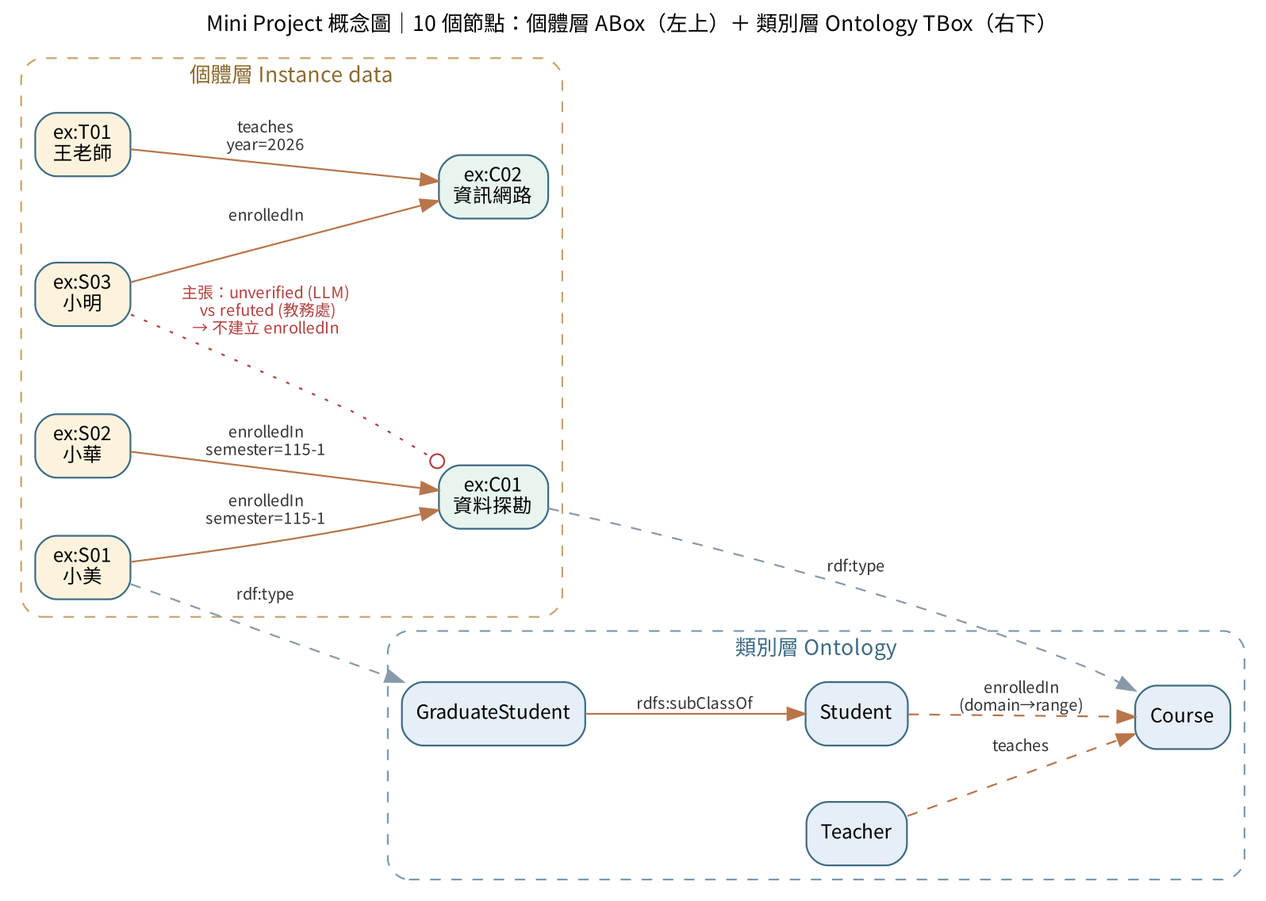
The Graphviz diagram out/concept_map.png in Lydia-HML/kg-mini-project, before a commit. Its source is kept beside it as concept_map.dot.
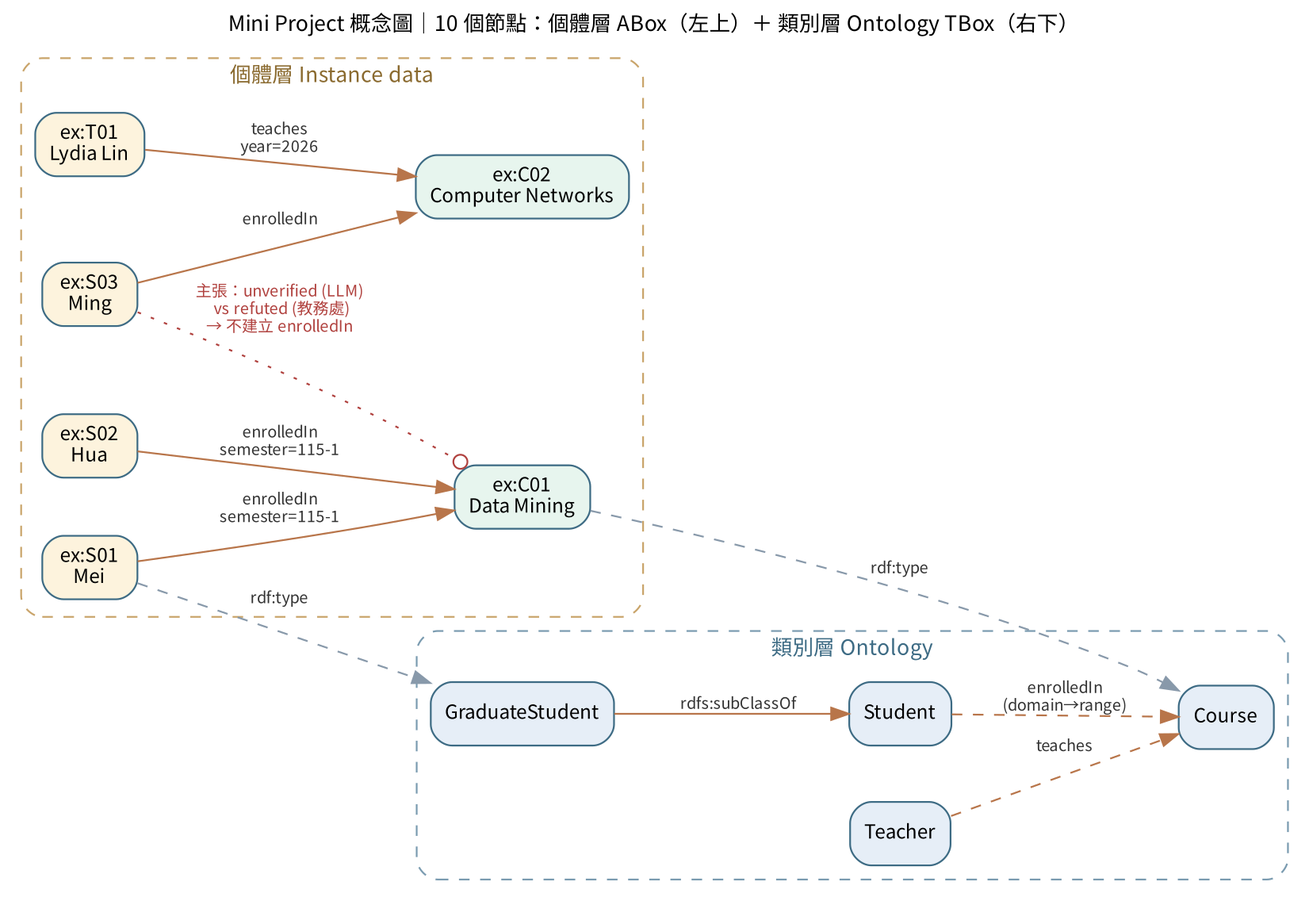
The same file after the commit.

What changed in the source:
```diff
@@ -17,12 +17,12 @@
 
   subgraph cluster_abox {
     label="個體層 Instance data"; style="rounded,dashed"; color="#c9a46a"; fontcolor="#8a6a2f";
-    S01 [label="ex:S01\n小美", fillcolor="#fdf3dd"];
-    S02 [label="ex:S02\n小華", fillcolor="#fdf3dd"];
-    S03 [label="ex:S03\n小明", fillcolor="#fdf3dd"];
-    C01 [label="ex:C01\n資料探勘", fillcolor="#e7f5ee"];
-    C02 [label="ex:C02\n資訊網路", fillcolor="#e7f5ee"];
-    T01 [label="ex:T01\n王老師", fillcolor="#fdf3dd"];
+    S01 [label="ex:S01\nMei", fillcolor="#fdf3dd"];
+    S02 [label="ex:S02\nHua", fillcolor="#fdf3dd"];
+    S03 [label="ex:S03\nMing", fillcolor="#fdf3dd"];
+    C01 [label="ex:C01\nData Mining", fillcolor="#e7f5ee"];
+    C02 [label="ex:C02\nComputer Networks", fillcolor="#e7f5ee"];
+    T01 [label="ex:T01\nLydia Lin", fillcolor="#fdf3dd"];
     S01 -> C01 [label="enrolledIn\nsemester=115-1"];
     S02 -> C01 [label="enrolledIn\nsemester=115-1"];
     S03 -> C02 [label="enrolledIn"];
```
